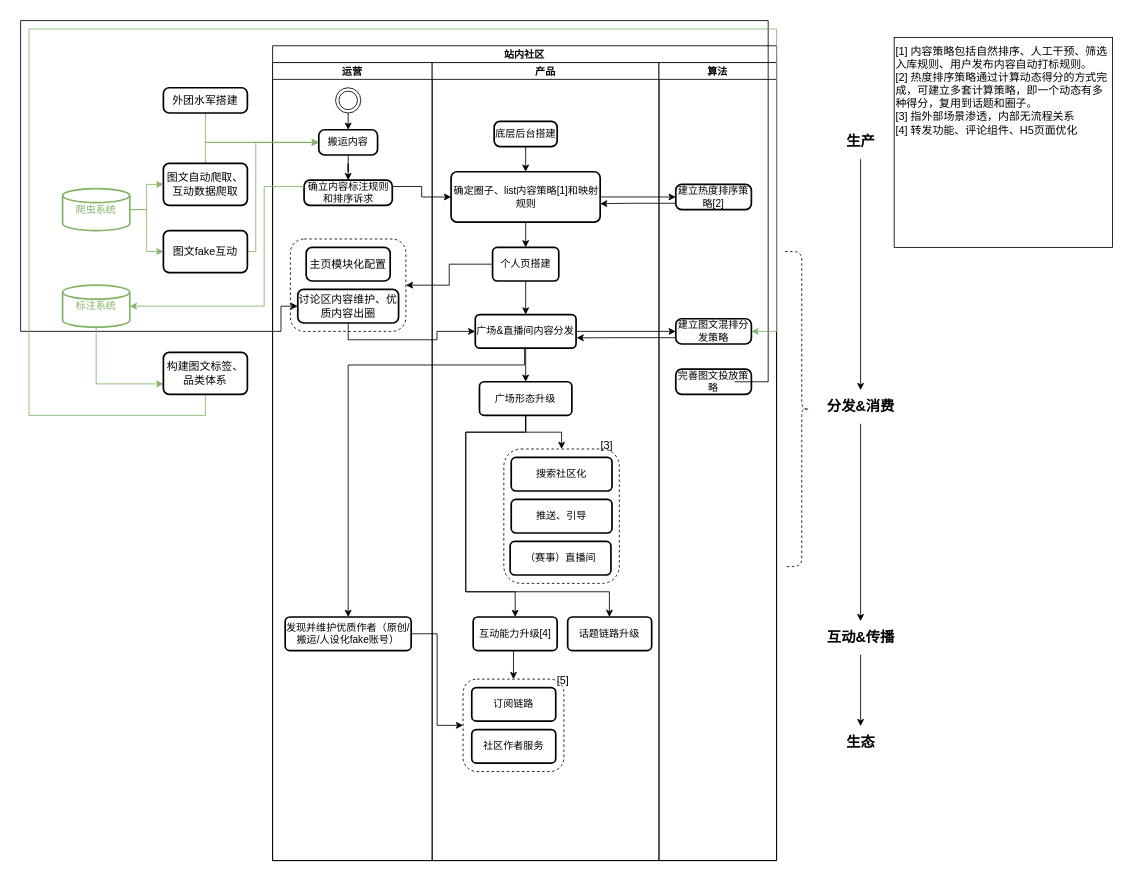
Before: huya_community_workflow.drawio in GraceYongqi/huya_design, a draw.io diagram. Source tidied: cells renumbered, new cells numbered last; positions are measured from the earlier drawing's top-left corner, leaving out a move shared by most shapes. Both pictures are drawn from the tidied source at 84%, with x=0, y=0 at pixel (20, 20).
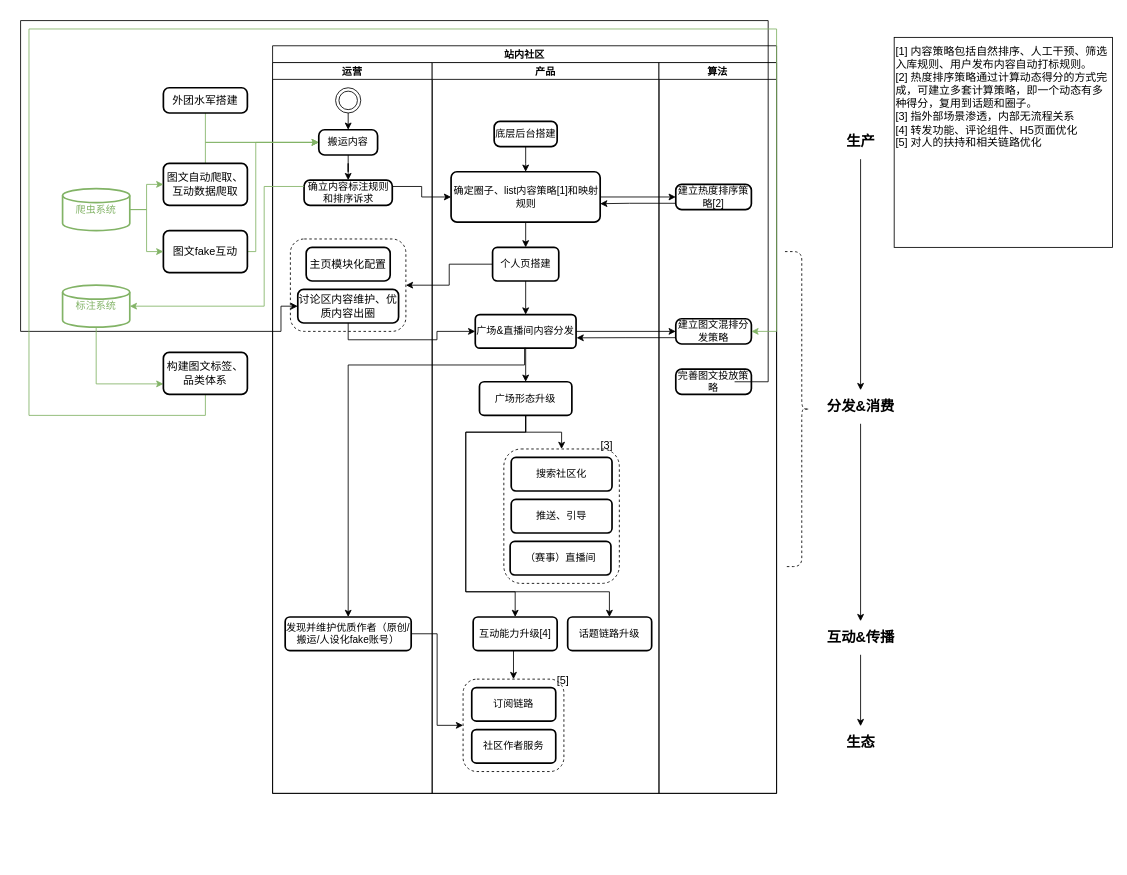
The same page after the edit.

Change to the diagram source:
```diff
@@
     <mxCell id="2" value="站内社区" style="swimlane;startSize=20;" parent="1" vertex="1">
-      <mxGeometry x="300" y="30" width="600" height="970" as="geometry" />
+      <mxGeometry x="300" y="30" width="600" height="890" as="geometry" />
     </mxCell>
     <mxCell id="3" value="运营" style="swimlane;startSize=20;" parent="2" vertex="1">
-      <mxGeometry y="20" width="190" height="950" as="geometry" />
+      <mxGeometry y="20" width="190" height="870" as="geometry" />
     </mxCell>
@@
     <mxCell id="13" value="产品" style="swimlane;startSize=20;" parent="2" vertex="1">
-      <mxGeometry x="190" y="20" width="270" height="950" as="geometry" />
+      <mxGeometry x="190" y="20" width="270" height="870" as="geometry" />
     </mxCell>
@@
     <mxCell id="42" value="算法" style="swimlane;startSize=20;" parent="2" vertex="1">
-      <mxGeometry x="460" y="20" width="140" height="950" as="geometry" />
+      <mxGeometry x="460" y="20" width="140" height="870" as="geometry" />
     </mxCell>
@@
-    <mxCell id="56" value="&lt;span style=&quot;font-size: 13px&quot;&gt;[1] 内容策略包括自然排序、人工干预、筛选入库规则、用户发布内容自动打标规则。&lt;br style=&quot;font-size: 13px&quot;&gt;[2] 热度排序策略通过计算动态得分的方式完成，可建立多套计算策略，即一个动态有多种得分，复用到话题和圈子。&lt;br&gt;[3] 指外部场景渗透，内部无流程关系&lt;br&gt;[4] 转发功能、评论组件、H5页面优化&lt;br style=&quot;font-size: 13px&quot;&gt;&lt;/span&gt;" style="rounded=0;whiteSpace=wrap;html=1;align=left;verticalAlign=top;fontSize=13;spacingTop=2;spacing=2;" parent="1" vertex="1">
+    <mxCell id="56" value="&lt;span style=&quot;font-size: 13px&quot;&gt;[1] 内容策略包括自然排序、人工干预、筛选入库规则、用户发布内容自动打标规则。&lt;br style=&quot;font-size: 13px&quot;&gt;[2] 热度排序策略通过计算动态得分的方式完成，可建立多套计算策略，即一个动态有多种得分，复用到话题和圈子。&lt;br&gt;[3] 指外部场景渗透，内部无流程关系&lt;br&gt;[4] 转发功能、评论组件、H5页面优化&lt;br&gt;[5] 对人的扶持和相关链路优化&lt;br style=&quot;font-size: 13px&quot;&gt;&lt;/span&gt;" style="rounded=0;whiteSpace=wrap;html=1;align=left;verticalAlign=top;fontSize=13;spacingTop=2;spacing=2;" parent="1" vertex="1">
       <mxGeometry x="1040" y="20" width="260" height="250" as="geometry" />
     </mxCell>
```
